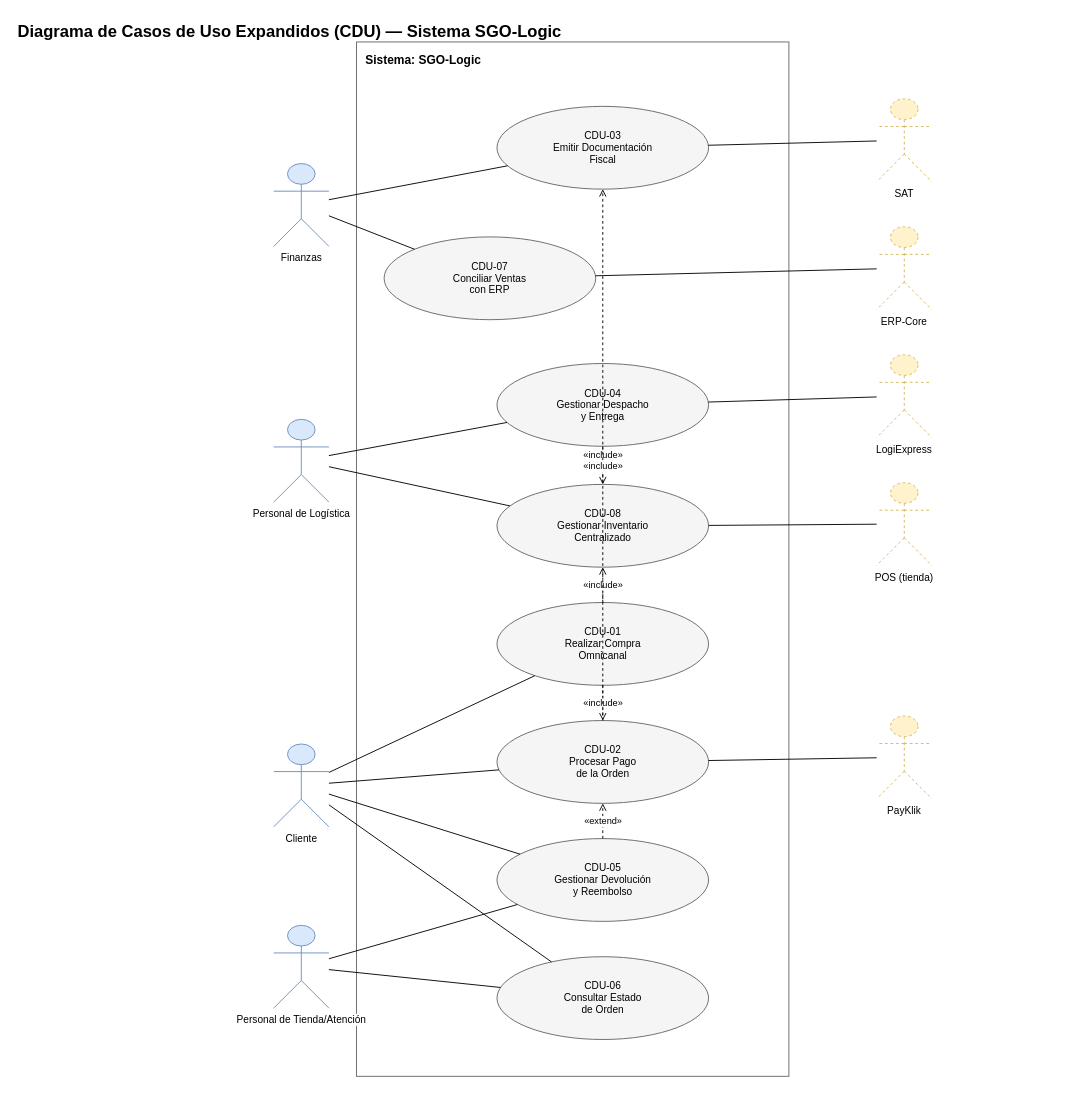
Above: Docs/DDA/diagramas/cdu.drawio in jRodas497/AYD2_A_2S2025_PROYECTO_G3 (draw.io), before the change. Source tidied: cells renumbered, new cells numbered last; positions are measured from the earlier drawing's top-left corner, leaving out a move shared by most shapes. Both pictures are drawn from the tidied source at 92%, with x=0, y=0 at pixel (16, 16).
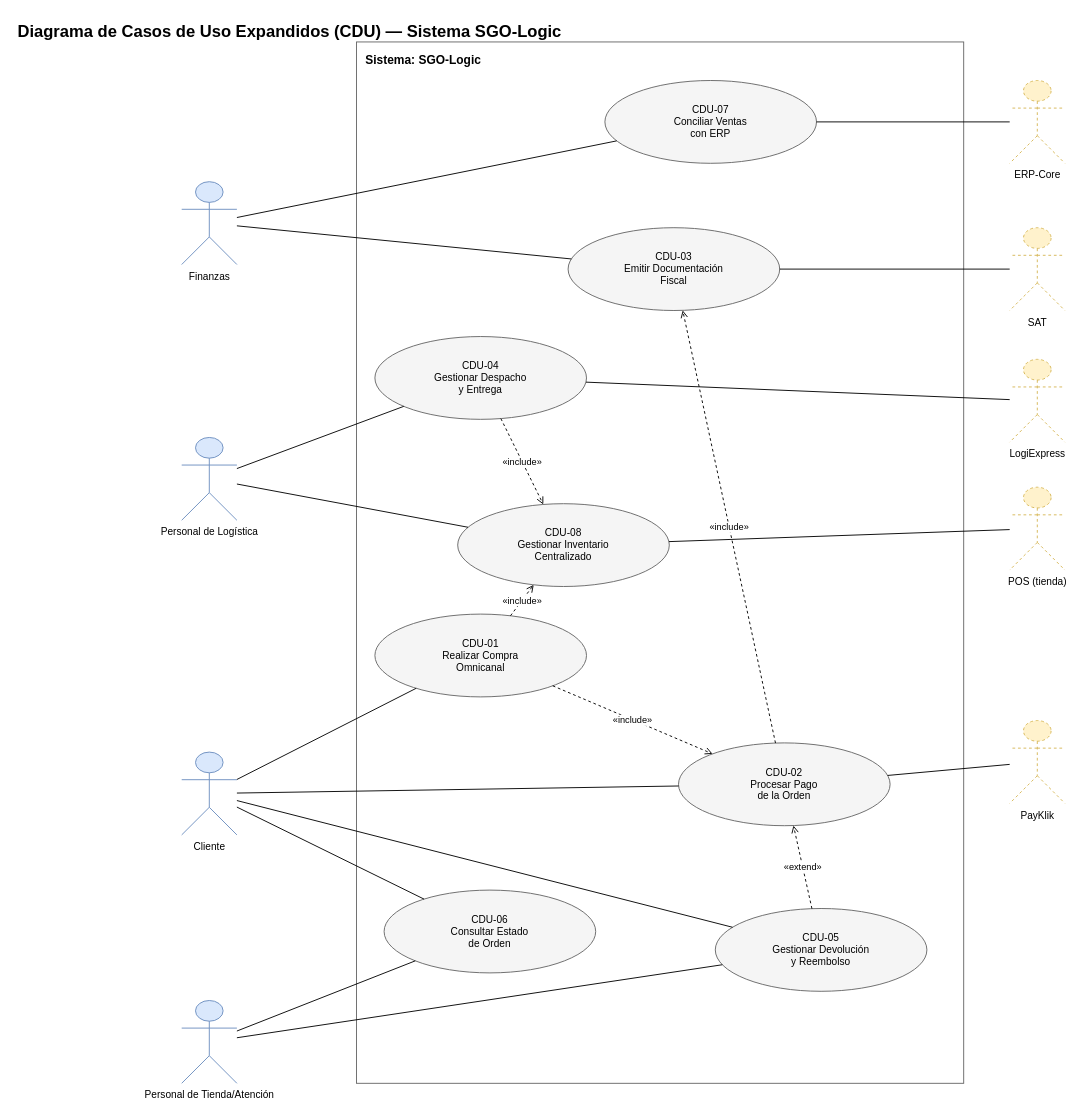
The same page after the edit.

Diff of the diagram source:
```diff
@@
-<mxGraphModel>
+<mxGraphModel background="#ffffff">
@@
     <mxCell id="2" value="Sistema: SGO-Logic" style="rounded=0;whiteSpace=wrap;html=1;fillColor=none;strokeColor=#666666;verticalAlign=top;align=left;fontStyle=1;fontSize=13;spacingLeft=8;spacingTop=6;" parent="1" vertex="1">
-      <mxGeometry x="370" y="28.1" width="470" height="1124.3" as="geometry" />
+      <mxGeometry x="370" y="28.1" width="660" height="1131.9" as="geometry" />
     </mxCell>
@@
     <mxCell id="4" value="Cliente" style="shape=umlActor;verticalLabelPosition=bottom;labelBackgroundColor=#ffffff;verticalAlign=top;html=1;outlineConnect=0;fillColor=#DAE8FC;strokeColor=#6C8EBF;fontSize=11;" parent="1" vertex="1">
-      <mxGeometry x="280" y="791.2" width="60" height="90" as="geometry" />
+      <mxGeometry x="180" y="800" width="60" height="90" as="geometry" />
     </mxCell>
     <mxCell id="5" value="Personal de Tienda/Atención" style="shape=umlActor;verticalLabelPosition=bottom;labelBackgroundColor=#ffffff;verticalAlign=top;html=1;outlineConnect=0;fillColor=#DAE8FC;strokeColor=#6C8EBF;fontSize=11;" parent="1" vertex="1">
-      <mxGeometry x="280" y="988.3" width="60" height="90" as="geometry" />
+      <mxGeometry x="180" y="1070" width="60" height="90" as="geometry" />
     </mxCell>
     <mxCell id="6" value="Personal de Logística" style="shape=umlActor;verticalLabelPosition=bottom;labelBackgroundColor=#ffffff;verticalAlign=top;html=1;outlineConnect=0;fillColor=#DAE8FC;strokeColor=#6C8EBF;fontSize=11;" parent="1" vertex="1">
-      <mxGeometry x="280" y="438.3" width="60" height="90" as="geometry" />
+      <mxGeometry x="180" y="458" width="60" height="90" as="geometry" />
     </mxCell>
     <mxCell id="7" value="Finanzas" style="shape=umlActor;verticalLabelPosition=bottom;labelBackgroundColor=#ffffff;verticalAlign=top;html=1;outlineConnect=0;fillColor=#DAE8FC;strokeColor=#6C8EBF;fontSize=11;" parent="1" vertex="1">
-      <mxGeometry x="280" y="160.3" width="60" height="90" as="geometry" />
+      <mxGeometry x="180" y="180" width="60" height="90" as="geometry" />
     </mxCell>
     <mxCell id="8" value="CDU-01&#10;Realizar Compra&#10;Omnicanal" style="ellipse;whiteSpace=wrap;html=1;fillColor=#F5F5F5;strokeColor=#666666;fontSize=11;" parent="1" vertex="1">
-      <mxGeometry x="522.7" y="637.4" width="230" height="90" as="geometry" />
+      <mxGeometry x="390" y="650" width="230" height="90" as="geometry" />
     </mxCell>
     <mxCell id="9" value="CDU-02&#10;Procesar Pago&#10;de la Orden" style="ellipse;whiteSpace=wrap;html=1;fillColor=#F5F5F5;strokeColor=#666666;fontSize=11;" parent="1" vertex="1">
-      <mxGeometry x="522.7" y="765.7" width="230" height="90" as="geometry" />
+      <mxGeometry x="720" y="790" width="230" height="90" as="geometry" />
     </mxCell>
     <mxCell id="10" value="CDU-03&#10;Emitir Documentación&#10;Fiscal" style="ellipse;whiteSpace=wrap;html=1;fillColor=#F5F5F5;strokeColor=#666666;fontSize=11;" parent="1" vertex="1">
-      <mxGeometry x="522.7" y="98.1" width="230" height="90" as="geometry" />
+      <mxGeometry x="600" y="230" width="230" height="90" as="geometry" />
     </mxCell>
     <mxCell id="11" value="CDU-04&#10;Gestionar Despacho&#10;y Entrega" style="ellipse;whiteSpace=wrap;html=1;fillColor=#F5F5F5;strokeColor=#666666;fontSize=11;" parent="1" vertex="1">
-      <mxGeometry x="522.7" y="377.6" width="230" height="90" as="geometry" />
+      <mxGeometry x="390" y="348.3" width="230" height="90" as="geometry" />
     </mxCell>
     <mxCell id="12" value="CDU-05&#10;Gestionar Devolución&#10;y Reembolso" style="ellipse;whiteSpace=wrap;html=1;fillColor=#F5F5F5;strokeColor=#666666;fontSize=11;" parent="1" vertex="1">
-      <mxGeometry x="522.7" y="894" width="230" height="90" as="geometry" />
+      <mxGeometry x="760" y="970" width="230" height="90" as="geometry" />
     </mxCell>
     <mxCell id="13" value="CDU-06&#10;Consultar Estado&#10;de Orden" style="ellipse;whiteSpace=wrap;html=1;fillColor=#F5F5F5;strokeColor=#666666;fontSize=11;" parent="1" vertex="1">
-      <mxGeometry x="522.7" y="1022.4" width="230" height="90" as="geometry" />
+      <mxGeometry x="400" y="950" width="230" height="90" as="geometry" />
     </mxCell>
     <mxCell id="14" value="CDU-07&#10;Conciliar Ventas&#10;con ERP" style="ellipse;whiteSpace=wrap;html=1;fillColor=#F5F5F5;strokeColor=#666666;fontSize=11;" parent="1" vertex="1">
-      <mxGeometry x="400" y="240" width="230" height="90" as="geometry" />
+      <mxGeometry x="640" y="70" width="230" height="90" as="geometry" />
     </mxCell>
     <mxCell id="15" value="CDU-08&#10;Gestionar Inventario&#10;Centralizado" style="ellipse;whiteSpace=wrap;html=1;fillColor=#F5F5F5;strokeColor=#666666;fontSize=11;" parent="1" vertex="1">
-      <mxGeometry x="522.7" y="509" width="230" height="90" as="geometry" />
+      <mxGeometry x="480" y="530" width="230" height="90" as="geometry" />
     </mxCell>
     <mxCell id="16" value="PayKlik" style="shape=umlActor;verticalLabelPosition=bottom;labelBackgroundColor=#ffffff;verticalAlign=top;html=1;outlineConnect=0;fillColor=#FFF2CC;strokeColor=#D6B656;dashed=1;fontSize=11;" parent="1" vertex="1">
-      <mxGeometry x="935.4" y="760.7" width="60" height="90" as="geometry" />
+      <mxGeometry x="1080" y="765.7" width="60" height="90" as="geometry" />
     </mxCell>
     <mxCell id="17" value="LogiExpress" style="shape=umlActor;verticalLabelPosition=bottom;labelBackgroundColor=#ffffff;verticalAlign=top;html=1;outlineConnect=0;fillColor=#FFF2CC;strokeColor=#D6B656;dashed=1;fontSize=11;" parent="1" vertex="1">
-      <mxGeometry x="935.4" y="368.1" width="60" height="90" as="geometry" />
+      <mxGeometry x="1080" y="373.1" width="60" height="90" as="geometry" />
     </mxCell>
     <mxCell id="18" value="SAT" style="shape=umlActor;verticalLabelPosition=bottom;labelBackgroundColor=#ffffff;verticalAlign=top;html=1;outlineConnect=0;fillColor=#FFF2CC;strokeColor=#D6B656;dashed=1;fontSize=11;" parent="1" vertex="1">
-      <mxGeometry x="935.4" y="90" width="60" height="90" as="geometry" />
+      <mxGeometry x="1080" y="230" width="60" height="90" as="geometry" />
     </mxCell>
     <mxCell id="19" value="ERP-Core" style="shape=umlActor;verticalLabelPosition=bottom;labelBackgroundColor=#ffffff;verticalAlign=top;html=1;outlineConnect=0;fillColor=#FFF2CC;strokeColor=#D6B656;dashed=1;fontSize=11;" parent="1" vertex="1">
-      <mxGeometry x="935.4" y="229" width="60" height="90" as="geometry" />
+      <mxGeometry x="1080" y="70" width="60" height="90" as="geometry" />
     </mxCell>
     <mxCell id="20" value="POS (tienda)" style="shape=umlActor;verticalLabelPosition=bottom;labelBackgroundColor=#ffffff;verticalAlign=top;html=1;outlineConnect=0;fillColor=#FFF2CC;strokeColor=#D6B656;dashed=1;fontSize=11;" parent="1" vertex="1">
-      <mxGeometry x="935.4" y="507.1" width="60" height="90" as="geometry" />
+      <mxGeometry x="1080" y="512.1" width="60" height="90" as="geometry" />
     </mxCell>
```
